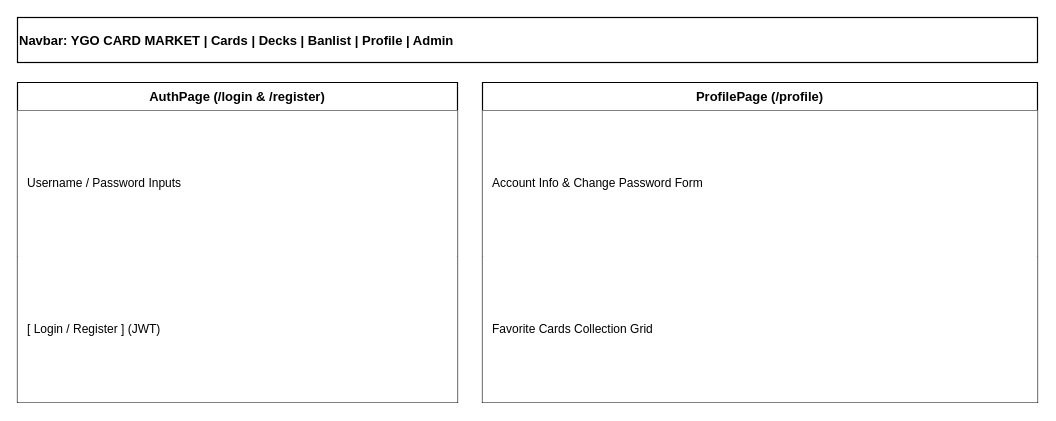
This is page "3.5 AuthPage & ProfilePage Wireframe" (5 of 6) of Tai lieu/Draw.io/SRS_3_UI_Wireframes.drawio from minhthanh1806/PROJECT_SDN, a draw.io file, before an edit. Source tidied: cells renumbered, new cells numbered last; positions are measured from the earlier drawing's top-left corner, leaving out a move shared by most shapes. Both pictures are drawn from the tidied source at 100%, with x=0, y=0 at pixel (17, 17).
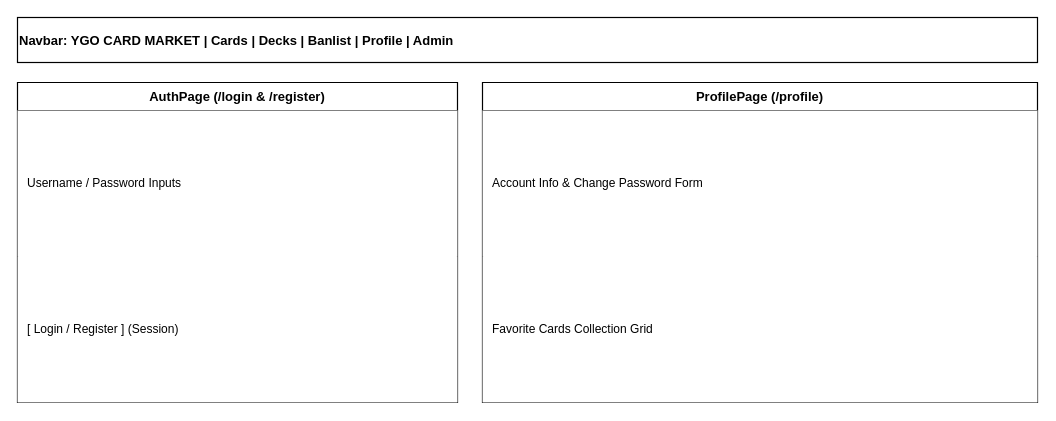
Above is the later version.

Change to the diagram source:
```diff
@@
 <mxGraphModel>
   <root>
     <mxCell id="0" />
     <mxCell id="1" parent="0" />
     <mxCell id="2" value="Navbar:   YGO CARD MARKET   |   Cards   |   Decks   |   Banlist   |   Profile   |   Admin" style="rounded=0;whiteSpace=wrap;html=1;fillColor=#ffffff;strokeColor=#000000;fontColor=#000000;fontSize=13;fontStyle=1;align=left;verticalAlign=middle;strokeWidth=1.2;" parent="1" vertex="1">
       <mxGeometry width="1020" height="45" as="geometry" />
     </mxCell>
     <mxCell id="3" value="AuthPage (/login &amp; /register)" style="swimlane;fontStyle=1;align=center;verticalAlign=top;horizontal=1;startSize=28;whiteSpace=wrap;html=1;fillColor=#ffffff;strokeColor=#000000;fontColor=#000000;fontSize=13;strokeWidth=1.2;" parent="1" vertex="1">
       <mxGeometry y="65" width="440" height="320" as="geometry" />
     </mxCell>
     <mxCell id="4" value="Username / Password Inputs" style="text;strokeColor=none;fillColor=#ffffff;align=left;verticalAlign=middle;spacingLeft=8;whiteSpace=wrap;html=1;fontSize=12;fontColor=#000000;" parent="3" vertex="1">
       <mxGeometry y="28" width="440" height="146" as="geometry" />
     </mxCell>
-    <mxCell id="5" value="[ Login / Register ] (JWT)" style="text;strokeColor=none;fillColor=#ffffff;align=left;verticalAlign=middle;spacingLeft=8;whiteSpace=wrap;html=1;fontSize=12;fontColor=#000000;" parent="3" vertex="1">
+    <mxCell id="5" value="[ Login / Register ] (Session)" style="text;strokeColor=none;fillColor=#ffffff;align=left;verticalAlign=middle;spacingLeft=8;whiteSpace=wrap;html=1;fontSize=12;fontColor=#000000;" parent="3" vertex="1">
       <mxGeometry y="174" width="440" height="146" as="geometry" />
     </mxCell>
     <mxCell id="6" value="ProfilePage (/profile)" style="swimlane;fontStyle=1;align=center;verticalAlign=top;horizontal=1;startSize=28;whiteSpace=wrap;html=1;fillColor=#ffffff;strokeColor=#000000;fontColor=#000000;fontSize=13;strokeWidth=1.2;" parent="1" vertex="1">
       <mxGeometry x="465" y="65" width="555" height="320" as="geometry" />
     </mxCell>
     <mxCell id="7" value="Account Info &amp; Change Password Form" style="text;strokeColor=none;fillColor=#ffffff;align=left;verticalAlign=middle;spacingLeft=8;whiteSpace=wrap;html=1;fontSize=12;fontColor=#000000;" parent="6" vertex="1">
       <mxGeometry y="28" width="555" height="146" as="geometry" />
     </mxCell>
     <mxCell id="8" value="Favorite Cards Collection Grid" style="text;strokeColor=none;fillColor=#ffffff;align=left;verticalAlign=middle;spacingLeft=8;whiteSpace=wrap;html=1;fontSize=12;fontColor=#000000;" parent="6" vertex="1">
       <mxGeometry y="174" width="555" height="146" as="geometry" />
     </mxCell>
   </root>
 </mxGraphModel>
```
